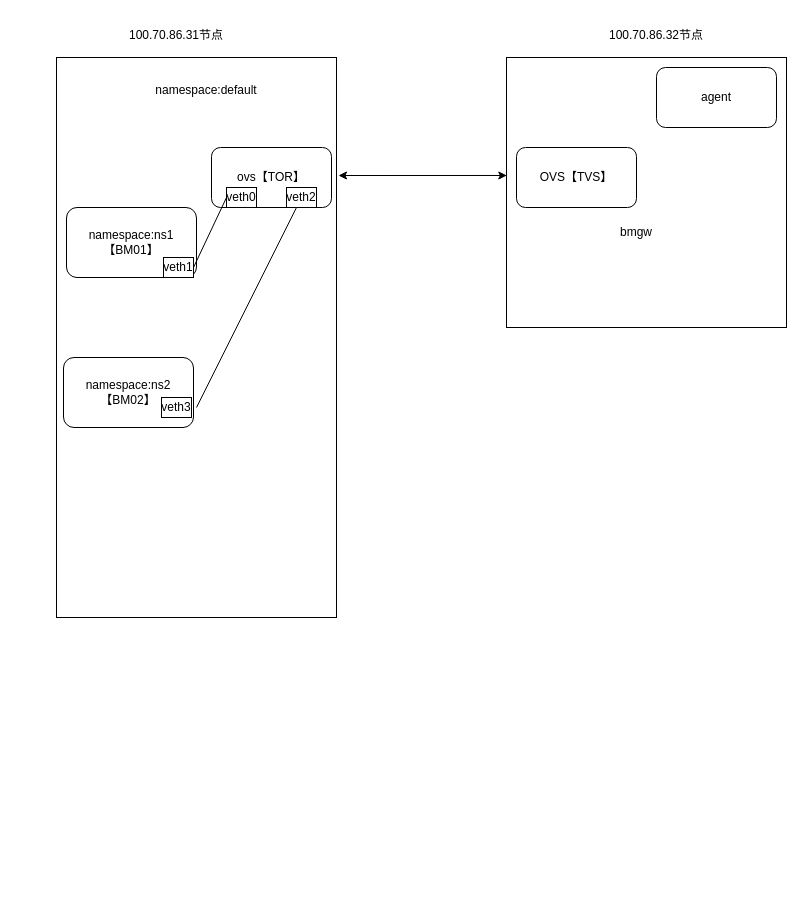
This is 未命名绘图.drawio from cola1998/CSDN-, a draw.io file, before an edit. Source tidied: cells renumbered, new cells numbered last; positions are measured from the earlier drawing's top-left corner, leaving out a move shared by most shapes. Both pictures are drawn from the tidied source at 100%, with x=0, y=0 at pixel (56, 27).
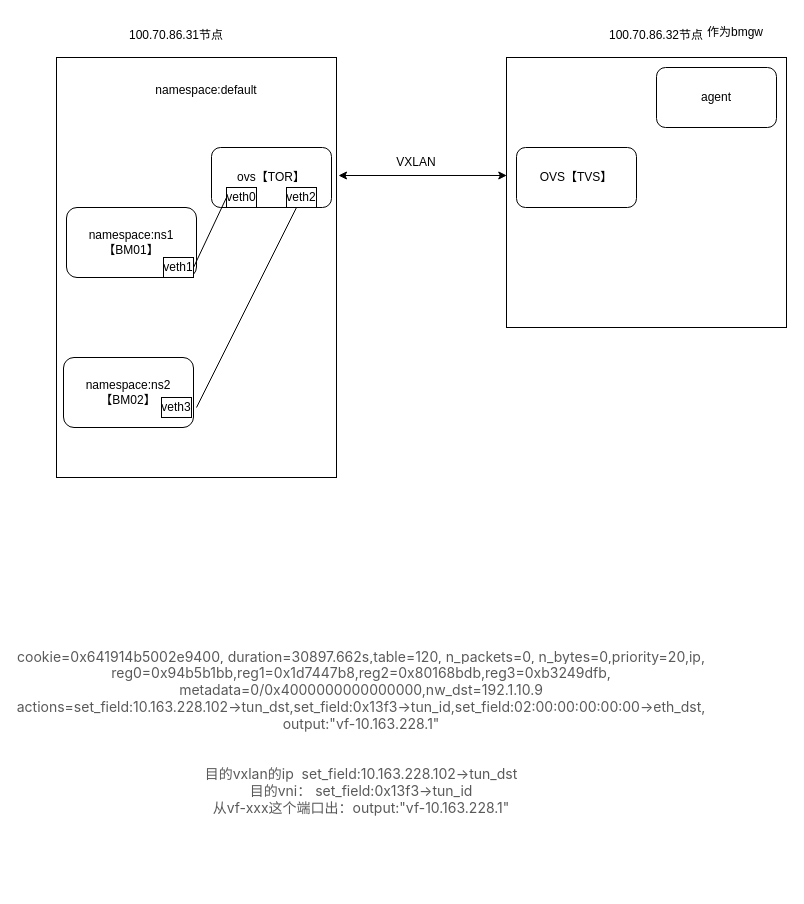
After the change.

Commit message (it also covers changes not shown here):
更新未命名绘图.drawio

The edit, as a diff of the source:
```diff
@@
     <mxCell id="2" value="&lt;div&gt;&lt;br&gt;&lt;/div&gt;" style="rounded=0;whiteSpace=wrap;html=1;" parent="1" vertex="1">
-      <mxGeometry y="30" width="280" height="560" as="geometry" />
+      <mxGeometry y="30" width="280" height="420" as="geometry" />
     </mxCell>
@@
-    <mxCell id="12" value="bmgw" style="text;html=1;align=center;verticalAlign=middle;whiteSpace=wrap;rounded=0;" parent="1" vertex="1">
-      <mxGeometry x="550" y="190" width="60" height="30" as="geometry" />
+    <mxCell id="12" value="作为bmgw" style="text;html=1;align=center;verticalAlign=middle;whiteSpace=wrap;rounded=0;" parent="1" vertex="1">
+      <mxGeometry x="649" y="-10" width="60" height="30" as="geometry" />
     </mxCell>
@@
+    <mxCell id="20" value="VXLAN" style="text;html=1;align=center;verticalAlign=middle;whiteSpace=wrap;rounded=0;" parent="1" vertex="1">
+      <mxGeometry x="330" y="120" width="60" height="30" as="geometry" />
+    </mxCell>
+    <mxCell id="21" value="&lt;span style=&quot;color: rgba(0, 0, 0, 0.65); font-family: -apple-system, BlinkMacSystemFont, &amp;quot;Segoe UI&amp;quot;, &amp;quot;PingFang SC&amp;quot;, &amp;quot;Hiragino Sans GB&amp;quot;, &amp;quot;Microsoft YaHei&amp;quot;, &amp;quot;Helvetica Neue&amp;quot;, Helvetica, Arial, sans-serif, &amp;quot;Apple Color Emoji&amp;quot;, &amp;quot;Segoe UI Emoji&amp;quot;, &amp;quot;Segoe UI Symbol&amp;quot;; font-size: 14px; text-align: start; white-space: pre; background-color: rgb(255, 255, 255);&quot;&gt;cookie=0x641914b5002e9400, duration=30897.662s,table=120, n_packets=0, n_bytes=0,priority=20,ip,&lt;/span&gt;&lt;div&gt;&lt;span style=&quot;color: rgba(0, 0, 0, 0.65); font-family: -apple-system, BlinkMacSystemFont, &amp;quot;Segoe UI&amp;quot;, &amp;quot;PingFang SC&amp;quot;, &amp;quot;Hiragino Sans GB&amp;quot;, &amp;quot;Microsoft YaHei&amp;quot;, &amp;quot;Helvetica Neue&amp;quot;, Helvetica, Arial, sans-serif, &amp;quot;Apple Color Emoji&amp;quot;, &amp;quot;Segoe UI Emoji&amp;quot;, &amp;quot;Segoe UI Symbol&amp;quot;; font-size: 14px; text-align: start; white-space: pre; background-color: rgb(255, 255, 255);&quot;&gt;reg0=0x94b5b1bb,reg1=0x1d7447b8,reg2=0x80168bdb,reg3=0xb3249dfb,&lt;/span&gt;&lt;/div&gt;&lt;div&gt;&lt;span style=&quot;color: rgba(0, 0, 0, 0.65); font-family: -apple-system, BlinkMacSystemFont, &amp;quot;Segoe UI&amp;quot;, &amp;quot;PingFang SC&amp;quot;, &amp;quot;Hiragino Sans GB&amp;quot;, &amp;quot;Microsoft YaHei&amp;quot;, &amp;quot;Helvetica Neue&amp;quot;, Helvetica, Arial, sans-serif, &amp;quot;Apple Color Emoji&amp;quot;, &amp;quot;Segoe UI Emoji&amp;quot;, &amp;quot;Segoe UI Symbol&amp;quot;; font-size: 14px; text-align: start; white-space: pre; background-color: rgb(255, 255, 255);&quot;&gt;metadata=0/0x4000000000000000,nw_dst=192.1.10.9&lt;/span&gt;&lt;/div&gt;&lt;div&gt;&lt;span style=&quot;color: rgba(0, 0, 0, 0.65); font-family: -apple-system, BlinkMacSystemFont, &amp;quot;Segoe UI&amp;quot;, &amp;quot;PingFang SC&amp;quot;, &amp;quot;Hiragino Sans GB&amp;quot;, &amp;quot;Microsoft YaHei&amp;quot;, &amp;quot;Helvetica Neue&amp;quot;, Helvetica, Arial, sans-serif, &amp;quot;Apple Color Emoji&amp;quot;, &amp;quot;Segoe UI Emoji&amp;quot;, &amp;quot;Segoe UI Symbol&amp;quot;; font-size: 14px; text-align: start; white-space: pre; background-color: rgb(255, 255, 255);&quot;&gt;actions=set_field:10.163.228.102-&amp;gt;tun_dst,set_field:0x13f3-&amp;gt;tun_id,set_field:02:00:00:00:00:00-&amp;gt;eth_dst,&lt;br&gt;output:&quot;vf-10.163.228.1&quot;&lt;/span&gt;&lt;/div&gt;&lt;div&gt;&lt;span style=&quot;color: rgba(0, 0, 0, 0.65); font-family: -apple-system, BlinkMacSystemFont, &amp;quot;Segoe UI&amp;quot;, &amp;quot;PingFang SC&amp;quot;, &amp;quot;Hiragino Sans GB&amp;quot;, &amp;quot;Microsoft YaHei&amp;quot;, &amp;quot;Helvetica Neue&amp;quot;, Helvetica, Arial, sans-serif, &amp;quot;Apple Color Emoji&amp;quot;, &amp;quot;Segoe UI Emoji&amp;quot;, &amp;quot;Segoe UI Symbol&amp;quot;; font-size: 14px; text-align: start; white-space: pre; background-color: rgb(255, 255, 255);&quot;&gt;&lt;br&gt;&lt;/span&gt;&lt;/div&gt;&lt;div&gt;&lt;span style=&quot;color: rgba(0, 0, 0, 0.65); font-family: -apple-system, BlinkMacSystemFont, &amp;quot;Segoe UI&amp;quot;, &amp;quot;PingFang SC&amp;quot;, &amp;quot;Hiragino Sans GB&amp;quot;, &amp;quot;Microsoft YaHei&amp;quot;, &amp;quot;Helvetica Neue&amp;quot;, Helvetica, Arial, sans-serif, &amp;quot;Apple Color Emoji&amp;quot;, &amp;quot;Segoe UI Emoji&amp;quot;, &amp;quot;Segoe UI Symbol&amp;quot;; font-size: 14px; text-align: start; white-space: pre; background-color: rgb(255, 255, 255);&quot;&gt;&lt;br&gt;&lt;/span&gt;&lt;/div&gt;&lt;div&gt;&lt;span style=&quot;color: rgba(0, 0, 0, 0.65); font-family: -apple-system, BlinkMacSystemFont, &amp;quot;Segoe UI&amp;quot;, &amp;quot;PingFang SC&amp;quot;, &amp;quot;Hiragino Sans GB&amp;quot;, &amp;quot;Microsoft YaHei&amp;quot;, &amp;quot;Helvetica Neue&amp;quot;, Helvetica, Arial, sans-serif, &amp;quot;Apple Color Emoji&amp;quot;, &amp;quot;Segoe UI Emoji&amp;quot;, &amp;quot;Segoe UI Symbol&amp;quot;; font-size: 14px; text-align: start; white-space: pre; background-color: rgb(255, 255, 255);&quot;&gt;目的vxlan的ip  &lt;/span&gt;&lt;span style=&quot;background-color: rgb(255, 255, 255); color: rgba(0, 0, 0, 0.65); font-family: -apple-system, BlinkMacSystemFont, &amp;quot;Segoe UI&amp;quot;, &amp;quot;PingFang SC&amp;quot;, &amp;quot;Hiragino Sans GB&amp;quot;, &amp;quot;Microsoft YaHei&amp;quot;, &amp;quot;Helvetica Neue&amp;quot;, Helvetica, Arial, sans-serif, &amp;quot;Apple Color Emoji&amp;quot;, &amp;quot;Segoe UI Emoji&amp;quot;, &amp;quot;Segoe UI Symbol&amp;quot;; font-size: 14px; text-align: start; white-space: pre;&quot;&gt;set_field:10.163.228.102-&amp;gt;tun_dst&lt;/span&gt;&lt;/div&gt;&lt;div&gt;&lt;span style=&quot;background-color: rgb(255, 255, 255); color: rgba(0, 0, 0, 0.65); font-family: -apple-system, BlinkMacSystemFont, &amp;quot;Segoe UI&amp;quot;, &amp;quot;PingFang SC&amp;quot;, &amp;quot;Hiragino Sans GB&amp;quot;, &amp;quot;Microsoft YaHei&amp;quot;, &amp;quot;Helvetica Neue&amp;quot;, Helvetica, Arial, sans-serif, &amp;quot;Apple Color Emoji&amp;quot;, &amp;quot;Segoe UI Emoji&amp;quot;, &amp;quot;Segoe UI Symbol&amp;quot;; font-size: 14px; text-align: start; white-space: pre;&quot;&gt;目的vni： &lt;/span&gt;&lt;span style=&quot;background-color: rgb(255, 255, 255); color: rgba(0, 0, 0, 0.65); font-family: -apple-system, BlinkMacSystemFont, &amp;quot;Segoe UI&amp;quot;, &amp;quot;PingFang SC&amp;quot;, &amp;quot;Hiragino Sans GB&amp;quot;, &amp;quot;Microsoft YaHei&amp;quot;, &amp;quot;Helvetica Neue&amp;quot;, Helvetica, Arial, sans-serif, &amp;quot;Apple Color Emoji&amp;quot;, &amp;quot;Segoe UI Emoji&amp;quot;, &amp;quot;Segoe UI Symbol&amp;quot;; font-size: 14px; text-align: start; white-space: pre;&quot;&gt;set_field:0x13f3-&amp;gt;tun_id&lt;/span&gt;&lt;/div&gt;&lt;div&gt;&lt;span style=&quot;background-color: rgb(255, 255, 255); color: rgba(0, 0, 0, 0.65); font-family: -apple-system, BlinkMacSystemFont, &amp;quot;Segoe UI&amp;quot;, &amp;quot;PingFang SC&amp;quot;, &amp;quot;Hiragino Sans GB&amp;quot;, &amp;quot;Microsoft YaHei&amp;quot;, &amp;quot;Helvetica Neue&amp;quot;, Helvetica, Arial, sans-serif, &amp;quot;Apple Color Emoji&amp;quot;, &amp;quot;Segoe UI Emoji&amp;quot;, &amp;quot;Segoe UI Symbol&amp;quot;; font-size: 14px; text-align: start; white-space: pre;&quot;&gt;从vf-xxx这个端口出：&lt;/span&gt;&lt;span style=&quot;background-color: rgb(255, 255, 255); color: rgba(0, 0, 0, 0.65); font-family: -apple-system, BlinkMacSystemFont, &amp;quot;Segoe UI&amp;quot;, &amp;quot;PingFang SC&amp;quot;, &amp;quot;Hiragino Sans GB&amp;quot;, &amp;quot;Microsoft YaHei&amp;quot;, &amp;quot;Helvetica Neue&amp;quot;, Helvetica, Arial, sans-serif, &amp;quot;Apple Color Emoji&amp;quot;, &amp;quot;Segoe UI Emoji&amp;quot;, &amp;quot;Segoe UI Symbol&amp;quot;; font-size: 14px; text-align: start; white-space: pre;&quot;&gt;output:&quot;vf-10.163.228.1&quot;&lt;/span&gt;&lt;/div&gt;" style="text;html=1;align=center;verticalAlign=middle;whiteSpace=wrap;rounded=0;" parent="1" vertex="1">
+      <mxGeometry x="70" y="550" width="470" height="310" as="geometry" />
+    </mxCell>
```
